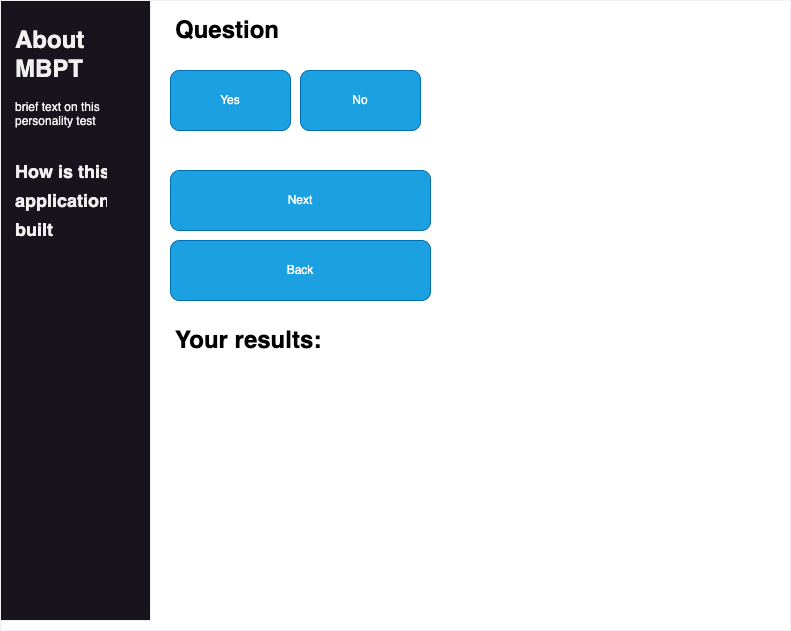
Before: examples/docker/personality-quiz-rag-solara/design.png, a diagram exported from draw.io (ploomber/doc). Source tidied: cells renumbered, new cells last; positions are measured from the earlier drawing's top-left corner, leaving out a move shared by most shapes. Source of this version:
```xml
<mxGraphModel>
  <root>
    <mxCell id="0" />
    <mxCell id="1" parent="0" />
    <mxCell id="2" style="rounded=0;whiteSpace=wrap;html=1;fillColor=#FFFFFF;" parent="1" vertex="1">
      <mxGeometry width="790" height="630" as="geometry" />
    </mxCell>
    <mxCell id="3" style="rounded=0;whiteSpace=wrap;html=1;" parent="1" vertex="1">
      <mxGeometry width="150" height="620" as="geometry" />
    </mxCell>
    <mxCell id="4" value="&lt;h1&gt;About MBPT&lt;/h1&gt;&lt;p&gt;brief text on this personality test&lt;/p&gt;&lt;p&gt;&lt;br&gt;&lt;/p&gt;&lt;p&gt;&lt;br&gt;&lt;/p&gt;" style="text;html=1;strokeColor=none;fillColor=none;spacing=5;spacingTop=-20;whiteSpace=wrap;overflow=hidden;rounded=0;" parent="1" vertex="1">
      <mxGeometry x="10" y="20" width="100" height="120" as="geometry" />
    </mxCell>
    <mxCell id="5" value="&lt;h1&gt;&lt;font style=&quot;font-size: 18px;&quot;&gt;How is this application built&lt;/font&gt;&lt;/h1&gt;" style="text;html=1;strokeColor=none;fillColor=none;spacing=5;spacingTop=-20;whiteSpace=wrap;overflow=hidden;rounded=0;" parent="1" vertex="1">
      <mxGeometry x="10" y="150" width="100" height="120" as="geometry" />
    </mxCell>
    <mxCell id="6" value="&lt;h1&gt;&lt;font color=&quot;#000000&quot;&gt;Question&lt;/font&gt;&lt;/h1&gt;" style="text;html=1;strokeColor=none;fillColor=none;spacing=5;spacingTop=-20;whiteSpace=wrap;overflow=hidden;rounded=0;" parent="1" vertex="1">
      <mxGeometry x="170" y="10" width="120" height="50" as="geometry" />
    </mxCell>
    <mxCell id="7" value="Yes" style="rounded=1;whiteSpace=wrap;html=1;fillColor=#1ba1e2;fontColor=#ffffff;strokeColor=#006EAF;" parent="1" vertex="1">
      <mxGeometry x="170" y="70" width="120" height="60" as="geometry" />
    </mxCell>
    <mxCell id="8" value="No" style="rounded=1;whiteSpace=wrap;html=1;fillColor=#1ba1e2;fontColor=#ffffff;strokeColor=#006EAF;" parent="1" vertex="1">
      <mxGeometry x="300" y="70" width="120" height="60" as="geometry" />
    </mxCell>
    <mxCell id="9" value="Back" style="rounded=1;whiteSpace=wrap;html=1;fillColor=#1ba1e2;fontColor=#ffffff;strokeColor=#006EAF;" parent="1" vertex="1">
      <mxGeometry x="170" y="240" width="260" height="60" as="geometry" />
    </mxCell>
    <mxCell id="10" value="Next" style="rounded=1;whiteSpace=wrap;html=1;fillColor=#1ba1e2;fontColor=#ffffff;strokeColor=#006EAF;" parent="1" vertex="1">
      <mxGeometry x="170" y="170" width="260" height="60" as="geometry" />
    </mxCell>
    <mxCell id="11" value="&lt;h1&gt;&lt;font color=&quot;#000000&quot;&gt;Your results:&amp;nbsp;&lt;/font&gt;&lt;/h1&gt;" style="text;html=1;strokeColor=none;fillColor=none;spacing=5;spacingTop=-20;whiteSpace=wrap;overflow=hidden;rounded=0;" parent="1" vertex="1">
      <mxGeometry x="170" y="320" width="330" height="50" as="geometry" />
    </mxCell>
  </root>
</mxGraphModel>
```
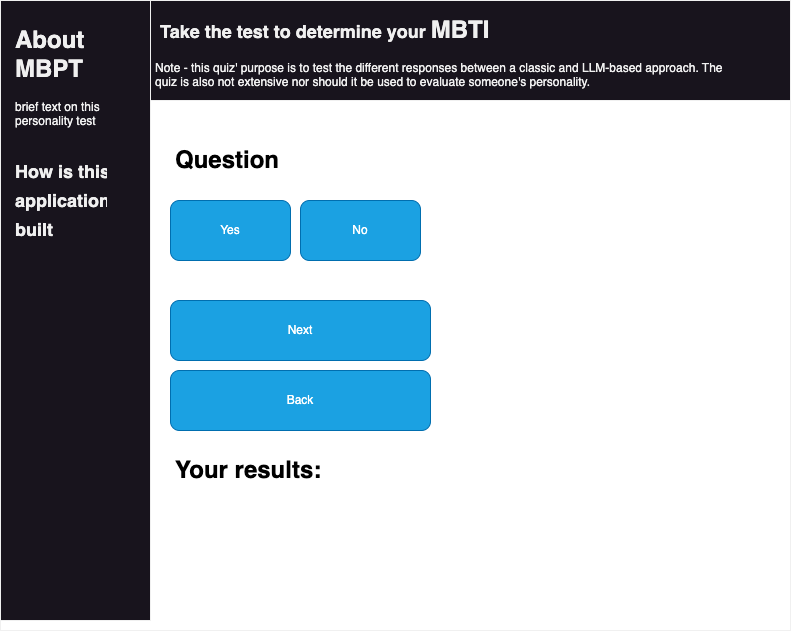
The same diagram one commit later.

The edit, as a diff of the source:
```diff
@@ -3,16 +3,16 @@
     <mxCell id="0" />
     <mxCell id="1" parent="0" />
     <mxCell id="2" style="rounded=0;whiteSpace=wrap;html=1;fillColor=#FFFFFF;" parent="1" vertex="1">
-      <mxGeometry width="790" height="630" as="geometry" />
+      <mxGeometry y="-130" width="790" height="630" as="geometry" />
     </mxCell>
     <mxCell id="3" style="rounded=0;whiteSpace=wrap;html=1;" parent="1" vertex="1">
-      <mxGeometry width="150" height="620" as="geometry" />
+      <mxGeometry y="-130" width="150" height="620" as="geometry" />
     </mxCell>
     <mxCell id="4" value="&lt;h1&gt;About MBPT&lt;/h1&gt;&lt;p&gt;brief text on this personality test&lt;/p&gt;&lt;p&gt;&lt;br&gt;&lt;/p&gt;&lt;p&gt;&lt;br&gt;&lt;/p&gt;" style="text;html=1;strokeColor=none;fillColor=none;spacing=5;spacingTop=-20;whiteSpace=wrap;overflow=hidden;rounded=0;" parent="1" vertex="1">
-      <mxGeometry x="10" y="20" width="100" height="120" as="geometry" />
+      <mxGeometry x="10" y="-110" width="100" height="120" as="geometry" />
     </mxCell>
     <mxCell id="5" value="&lt;h1&gt;&lt;font style=&quot;font-size: 18px;&quot;&gt;How is this application built&lt;/font&gt;&lt;/h1&gt;" style="text;html=1;strokeColor=none;fillColor=none;spacing=5;spacingTop=-20;whiteSpace=wrap;overflow=hidden;rounded=0;" parent="1" vertex="1">
-      <mxGeometry x="10" y="150" width="100" height="120" as="geometry" />
+      <mxGeometry x="10" y="20" width="100" height="120" as="geometry" />
     </mxCell>
     <mxCell id="6" value="&lt;h1&gt;&lt;font color=&quot;#000000&quot;&gt;Question&lt;/font&gt;&lt;/h1&gt;" style="text;html=1;strokeColor=none;fillColor=none;spacing=5;spacingTop=-20;whiteSpace=wrap;overflow=hidden;rounded=0;" parent="1" vertex="1">
       <mxGeometry x="170" y="10" width="120" height="50" as="geometry" />
@@ -32,5 +32,11 @@
     <mxCell id="11" value="&lt;h1&gt;&lt;font color=&quot;#000000&quot;&gt;Your results:&amp;nbsp;&lt;/font&gt;&lt;/h1&gt;" style="text;html=1;strokeColor=none;fillColor=none;spacing=5;spacingTop=-20;whiteSpace=wrap;overflow=hidden;rounded=0;" parent="1" vertex="1">
       <mxGeometry x="170" y="320" width="330" height="50" as="geometry" />
     </mxCell>
+    <mxCell id="12" style="rounded=0;whiteSpace=wrap;html=1;" parent="1" vertex="1">
+      <mxGeometry x="150" y="-130" width="640" height="100" as="geometry" />
+    </mxCell>
+    <mxCell id="13" value="&lt;h1&gt;&lt;font style=&quot;font-size: 18px;&quot;&gt;&amp;nbsp;Take the test to determine your&amp;nbsp;&lt;/font&gt;MBTI&lt;/h1&gt;&lt;div&gt;Note - this quiz' purpose is to test the different responses between a classic and LLM-based approach. The quiz is also not extensive nor should it be used to evaluate someone's personality.&lt;/div&gt;" style="text;html=1;strokeColor=none;fillColor=none;spacing=5;spacingTop=-20;whiteSpace=wrap;overflow=hidden;rounded=0;" parent="1" vertex="1">
+      <mxGeometry x="150" y="-120" width="590" height="90" as="geometry" />
+    </mxCell>
   </root>
 </mxGraphModel>
```
